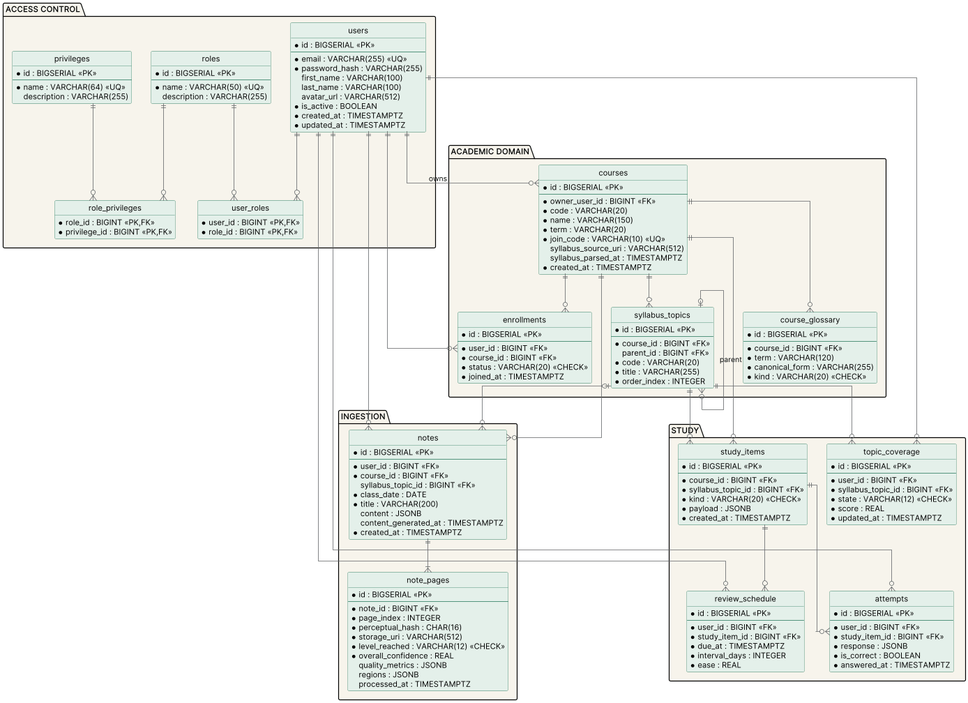
This is docs/images/02_erd_core.png from Bloodiewormer/Proyecto-Plataformas-Moviles, a PlantUML export, as it was before one commit.
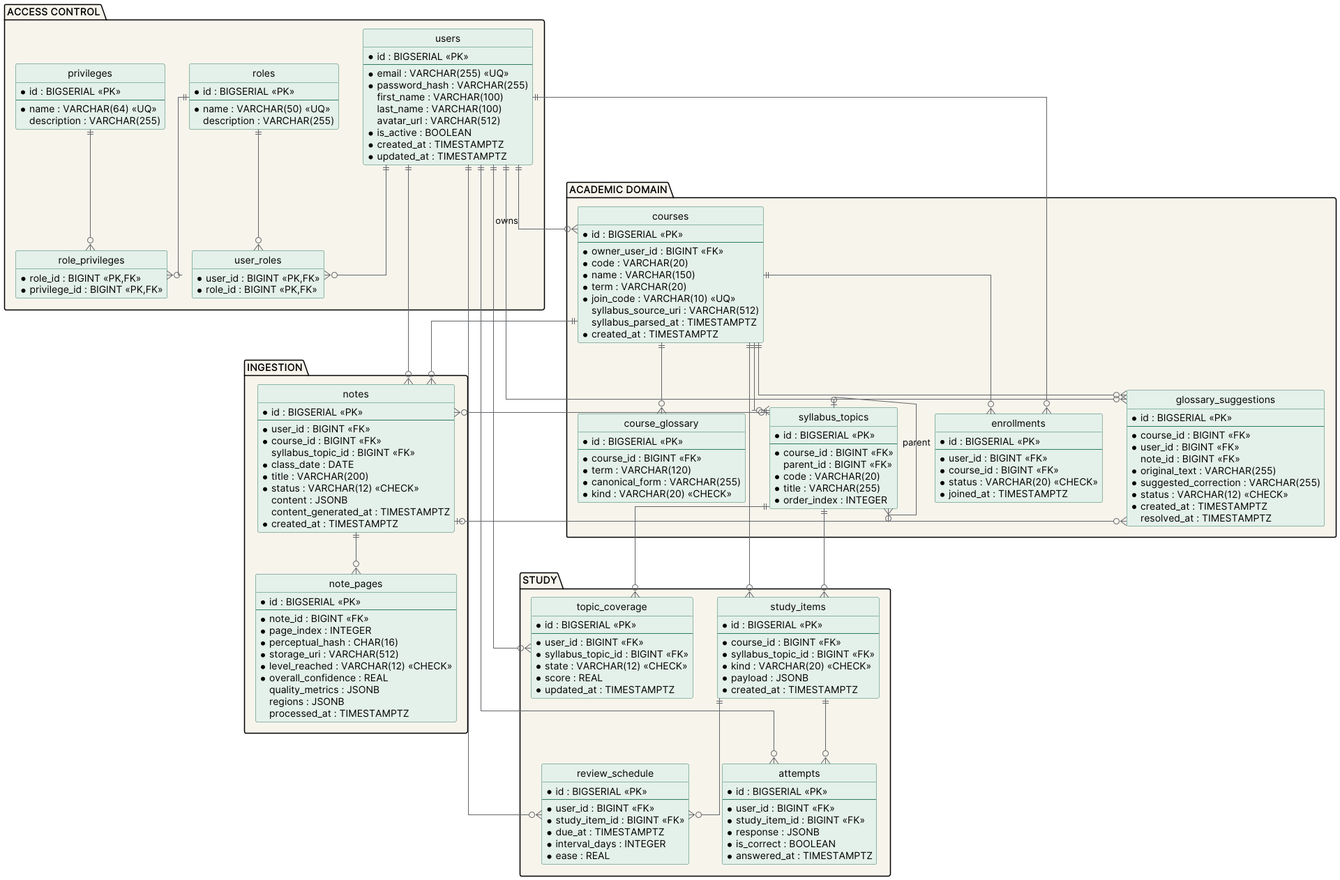
The same diagram one commit later.

Change to the diagram source:
```diff
@@ -87,6 +87,18 @@
     * canonical_form : VARCHAR(255)
     * kind : VARCHAR(20) <<CHECK>>
   }
+  entity glossary_suggestions {
+    * id : BIGSERIAL <<PK>>
+    --
+    * course_id : BIGINT <<FK>>
+    * user_id : BIGINT <<FK>>
+    note_id : BIGINT <<FK>>
+    * original_text : VARCHAR(255)
+    * suggested_correction : VARCHAR(255)
+    * status : VARCHAR(12) <<CHECK>>
+    * created_at : TIMESTAMPTZ
+    resolved_at : TIMESTAMPTZ
+  }
 }
 
 package "INGESTION" as pkgNote #F7F4EC {
@@ -98,6 +110,7 @@
     syllabus_topic_id : BIGINT <<FK>>
     * class_date : DATE
     * title : VARCHAR(200)
+    * status : VARCHAR(12) <<CHECK>>
     content : JSONB
     content_generated_at : TIMESTAMPTZ
     * created_at : TIMESTAMPTZ
@@ -166,12 +179,15 @@
 courses ||--o{ enrollments
 courses ||--o{ syllabus_topics
 courses ||--o{ course_glossary
+courses ||--o{ glossary_suggestions
+users ||--o{ glossary_suggestions
 syllabus_topics |o--o{ syllabus_topics : parent
 
 users ||--o{ notes
 courses ||--o{ notes
 syllabus_topics |o--o{ notes
-notes ||--|{ note_pages
+notes ||--o{ note_pages
+notes |o--o{ glossary_suggestions
 
 users ||--o{ topic_coverage
 syllabus_topics ||--o{ topic_coverage
```
